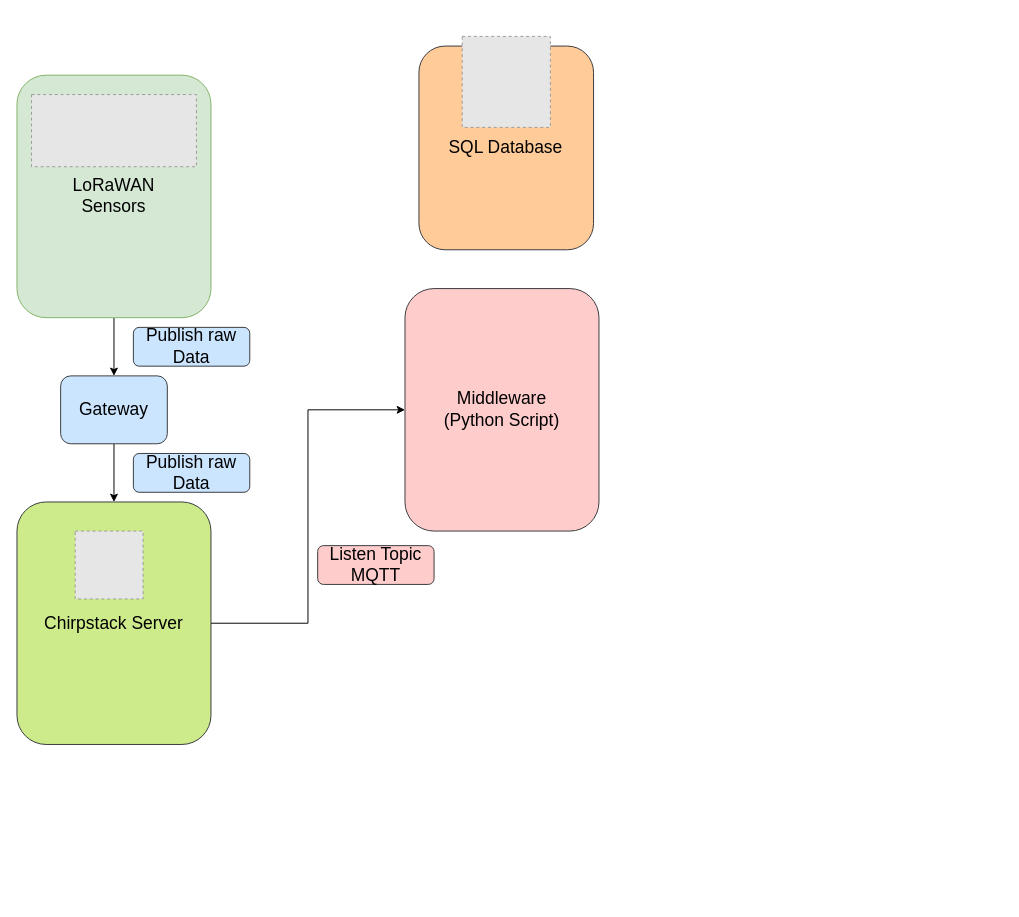
force445/Draw.io keeps this draw.io diagram as Capstone.drawio. Above is the earlier version. Source tidied: cells renumbered, new cells numbered last; positions are measured from the earlier drawing's top-left corner, leaving out a move shared by most shapes. Both pictures are drawn from the tidied source at 97%, with x=0, y=0 at pixel (16, 36). Pictures stored in the file or linked from it are replaced by grey dashed boxes.
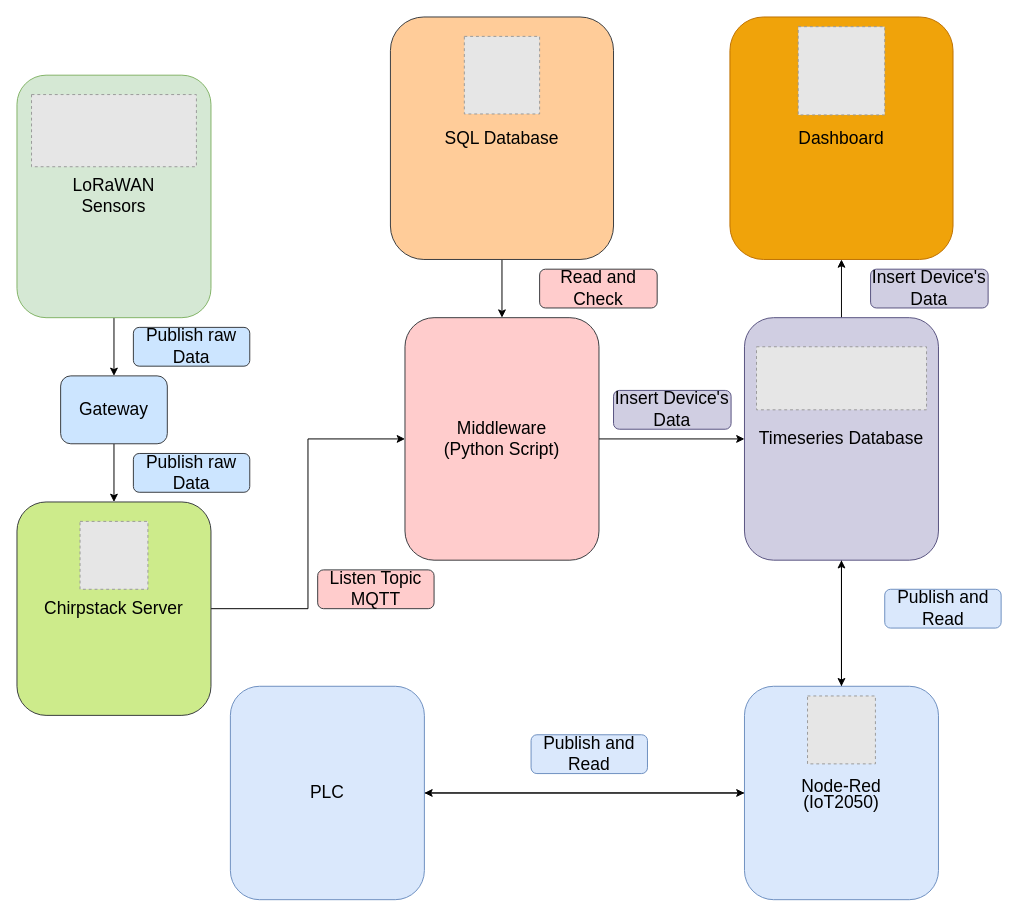
Above is the later version.

The edit, as a diff of the source:
```diff
@@
     <mxCell id="8" value="&lt;span style=&quot;font-size: 18px;&quot;&gt;Chirpstack Server&lt;/span&gt;" style="rounded=1;whiteSpace=wrap;html=1;fillColor=#cdeb8b;strokeColor=#36393d;" parent="1" vertex="1">
-      <mxGeometry y="480" width="200" height="250" as="geometry" />
+      <mxGeometry y="480" width="200" height="220" as="geometry" />
     </mxCell>
     <mxCell id="9" style="fillColor=#E6E6E6;strokeColor=#999999;dashed=1;verticalLabelPosition=bottom;labelBackgroundColor=default;verticalAlign=top;" parent="1" vertex="1">
-      <mxGeometry x="60" y="510" width="70" height="70" as="geometry" />
+      <mxGeometry x="65" y="500" width="70" height="70" as="geometry" />
     </mxCell>
@@
+    <mxCell id="16" style="edgeStyle=orthogonalEdgeStyle;rounded=0;jettySize=auto;html=1;entryX=0;entryY=0.5;entryDx=0;entryDy=0;" parent="1" edge="1" source="12" target="21">
+      <mxGeometry relative="1" as="geometry" />
+    </mxCell>
     <mxCell id="12" value="&lt;span style=&quot;font-size: 18px;&quot;&gt;Middleware&lt;/span&gt;&lt;div&gt;&lt;span style=&quot;font-size: 18px;&quot;&gt;(Python Script)&lt;/span&gt;&lt;/div&gt;" style="rounded=1;whiteSpace=wrap;html=1;fillColor=#ffcccc;strokeColor=#36393d;" parent="1" vertex="1">
-      <mxGeometry x="400" y="260" width="200" height="250" as="geometry" />
+      <mxGeometry x="400" y="290" width="200" height="250" as="geometry" />
     </mxCell>
     <mxCell id="13" value="&lt;span style=&quot;font-size: 18px;&quot;&gt;Listen Topic MQTT&lt;/span&gt;" style="rounded=1;whiteSpace=wrap;html=1;fillColor=#ffcccc;strokeColor=#36393d;" parent="1" vertex="1">
-      <mxGeometry x="310" y="525" width="120" height="40" as="geometry" />
+      <mxGeometry x="310" y="550" width="120" height="40" as="geometry" />
     </mxCell>
+    <mxCell id="17" style="edgeStyle=orthogonalEdgeStyle;rounded=0;jettySize=auto;html=1;" parent="1" edge="1" source="14" target="12">
+      <mxGeometry relative="1" as="geometry" />
+    </mxCell>
     <mxCell id="14" value="&lt;span style=&quot;font-size: 18px;&quot;&gt;SQL Database&lt;/span&gt;" style="rounded=1;whiteSpace=wrap;html=1;fillColor=#ffcc99;strokeColor=#36393d;" parent="1" vertex="1">
-      <mxGeometry x="414.4" y="10" width="180" height="210" as="geometry" />
+      <mxGeometry x="385" y="-20" width="230" height="250" as="geometry" />
     </mxCell>
     <mxCell id="15" style="fillColor=#E6E6E6;strokeColor=#999999;dashed=1;verticalLabelPosition=bottom;labelBackgroundColor=default;verticalAlign=top;" parent="1" vertex="1">
-      <mxGeometry x="459" width="90.9" height="93.8" as="geometry" />
+      <mxGeometry x="461.2" width="77.6" height="80" as="geometry" />
     </mxCell>
+    <mxCell id="18" value="&lt;span style=&quot;font-size: 18px;&quot;&gt;Read and Check&lt;/span&gt;" style="rounded=1;whiteSpace=wrap;html=1;fillColor=#ffcccc;strokeColor=#36393d;" parent="1" vertex="1">
+      <mxGeometry x="538.8" y="240" width="121.2" height="40" as="geometry" />
+    </mxCell>
+    <mxCell id="19" style="edgeStyle=orthogonalEdgeStyle;rounded=0;jettySize=auto;html=1;entryX=0.5;entryY=0;entryDx=0;entryDy=0;" parent="1" edge="1" source="21" target="30">
+      <mxGeometry relative="1" as="geometry" />
+    </mxCell>
+    <mxCell id="20" style="edgeStyle=orthogonalEdgeStyle;rounded=0;jettySize=auto;html=1;exitX=0.5;exitY=0;exitDx=0;exitDy=0;entryX=0.5;entryY=1;entryDx=0;entryDy=0;" parent="1" edge="1" source="21" target="24">
+      <mxGeometry relative="1" as="geometry" />
+    </mxCell>
+    <mxCell id="21" value="&lt;span style=&quot;font-size: 18px;&quot;&gt;Timeseries Database&lt;/span&gt;" style="rounded=1;whiteSpace=wrap;html=1;fillColor=#d0cee2;strokeColor=#56517e;" parent="1" vertex="1">
+      <mxGeometry x="750" y="290" width="200" height="250" as="geometry" />
+    </mxCell>
+    <mxCell id="22" style="fillColor=#E6E6E6;strokeColor=#999999;dashed=1;verticalLabelPosition=bottom;labelBackgroundColor=default;verticalAlign=top;" parent="1" vertex="1">
+      <mxGeometry x="762.4" y="320" width="175.3" height="65" as="geometry" />
+    </mxCell>
+    <mxCell id="23" value="&lt;span style=&quot;font-size: 18px;&quot;&gt;Insert Device's Data&lt;/span&gt;" style="rounded=1;whiteSpace=wrap;html=1;fillColor=#d0cee2;strokeColor=#56517e;" parent="1" vertex="1">
+      <mxGeometry x="615" y="365" width="121.2" height="40" as="geometry" />
+    </mxCell>
+    <mxCell id="24" value="&lt;span style=&quot;font-size: 18px;&quot;&gt;Dashboard&lt;/span&gt;" style="rounded=1;whiteSpace=wrap;html=1;fillColor=#f0a30a;strokeColor=#BD7000;fontColor=#000000;" parent="1" vertex="1">
+      <mxGeometry x="735" y="-20" width="230" height="250" as="geometry" />
+    </mxCell>
+    <mxCell id="25" style="fillColor=#E6E6E6;strokeColor=#999999;dashed=1;verticalLabelPosition=bottom;labelBackgroundColor=default;verticalAlign=top;" parent="1" vertex="1">
+      <mxGeometry x="805.4" y="-10" width="89.2" height="91" as="geometry" />
+    </mxCell>
+    <mxCell id="26" style="edgeStyle=orthogonalEdgeStyle;rounded=0;jettySize=auto;html=1;entryX=0;entryY=0.5;entryDx=0;entryDy=0;" parent="1" edge="1" source="27" target="30">
+      <mxGeometry relative="1" as="geometry" />
+    </mxCell>
+    <mxCell id="27" value="&lt;span style=&quot;font-size: 18px;&quot;&gt;PLC&lt;/span&gt;" style="rounded=1;whiteSpace=wrap;html=1;fillColor=#dae8fc;strokeColor=#6c8ebf;" parent="1" vertex="1">
+      <mxGeometry x="220" y="670" width="200" height="220" as="geometry" />
+    </mxCell>
+    <mxCell id="28" style="edgeStyle=orthogonalEdgeStyle;rounded=0;jettySize=auto;html=1;entryX=1;entryY=0.5;entryDx=0;entryDy=0;" parent="1" edge="1" source="30" target="27">
+      <mxGeometry relative="1" as="geometry" />
+    </mxCell>
+    <mxCell id="29" style="edgeStyle=orthogonalEdgeStyle;rounded=0;jettySize=auto;html=1;entryX=0.5;entryY=1;entryDx=0;entryDy=0;" parent="1" edge="1" source="30" target="21">
+      <mxGeometry relative="1" as="geometry" />
+    </mxCell>
+    <mxCell id="30" value="&lt;span style=&quot;font-size: 18px;&quot;&gt;Node-Red&lt;/span&gt;&lt;div style=&quot;line-height: 100%;&quot;&gt;&lt;span style=&quot;font-size: 18px;&quot;&gt;(IoT2050)&lt;/span&gt;&lt;/div&gt;" style="rounded=1;whiteSpace=wrap;html=1;fillColor=#dae8fc;strokeColor=#6c8ebf;" parent="1" vertex="1">
+      <mxGeometry x="750" y="670" width="200" height="220" as="geometry" />
+    </mxCell>
+    <mxCell id="31" style="fillColor=#E6E6E6;strokeColor=#999999;dashed=1;verticalLabelPosition=bottom;labelBackgroundColor=default;verticalAlign=top;" parent="1" vertex="1">
+      <mxGeometry x="815" y="680" width="70" height="70" as="geometry" />
+    </mxCell>
+    <mxCell id="32" value="&lt;span style=&quot;font-size: 18px;&quot;&gt;Insert Device's Data&lt;/span&gt;" style="rounded=1;whiteSpace=wrap;html=1;fillColor=#d0cee2;strokeColor=#56517e;" parent="1" vertex="1">
+      <mxGeometry x="880" y="240" width="121.2" height="40" as="geometry" />
+    </mxCell>
+    <mxCell id="33" value="&lt;span style=&quot;font-size: 18px;&quot;&gt;Publish and Read&lt;/span&gt;" style="rounded=1;whiteSpace=wrap;html=1;fillColor=#dae8fc;strokeColor=#6c8ebf;" parent="1" vertex="1">
+      <mxGeometry x="530" y="720" width="120" height="40" as="geometry" />
+    </mxCell>
+    <mxCell id="34" value="&lt;span style=&quot;font-size: 18px;&quot;&gt;Publish and Read&lt;/span&gt;" style="rounded=1;whiteSpace=wrap;html=1;fillColor=#dae8fc;strokeColor=#6c8ebf;" parent="1" vertex="1">
+      <mxGeometry x="894.6" y="570" width="120" height="40" as="geometry" />
+    </mxCell>
```
